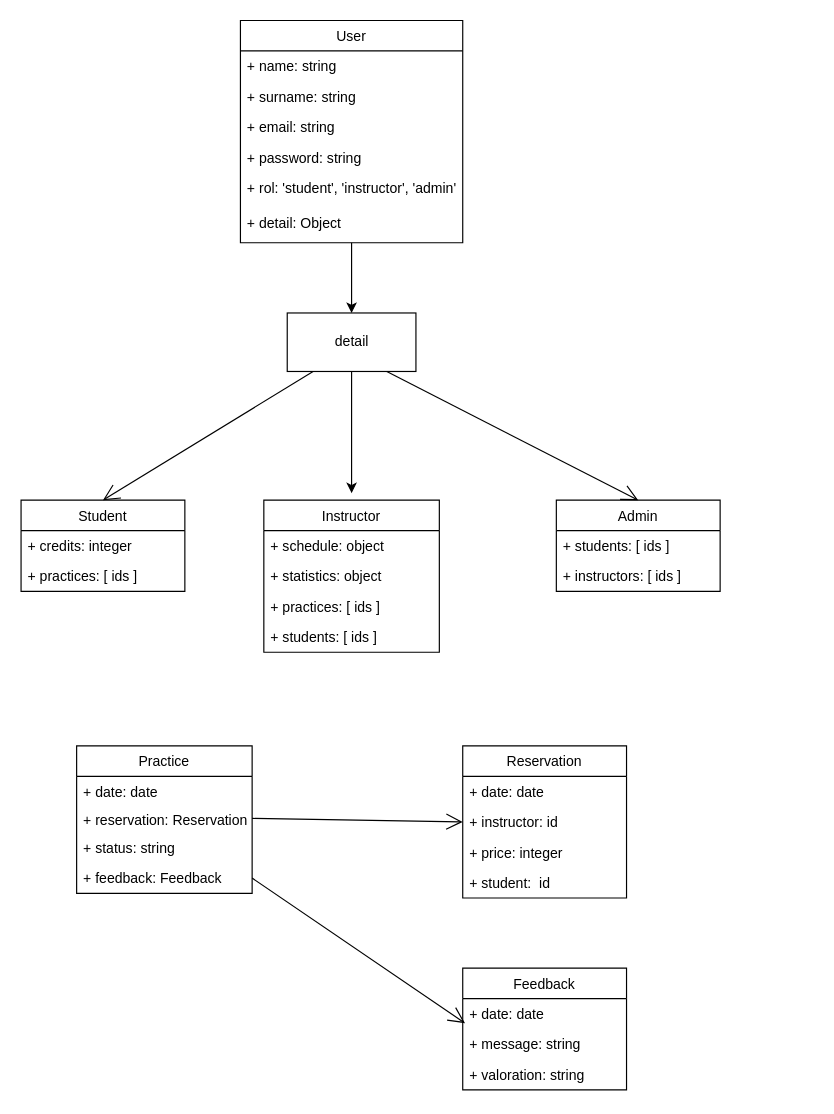
Before: staff/diana-moreno/wheely/wheely-doc/uml-projects/data-model.drawio in diana-moreno/skylab-bootcamp-201909, a draw.io diagram. Source tidied: cells renumbered, new cells numbered last; positions are measured from the earlier drawing's top-left corner, leaving out a move shared by most shapes. Both pictures are drawn from the tidied source at 117%, with x=0, y=0 at pixel (20, 20).
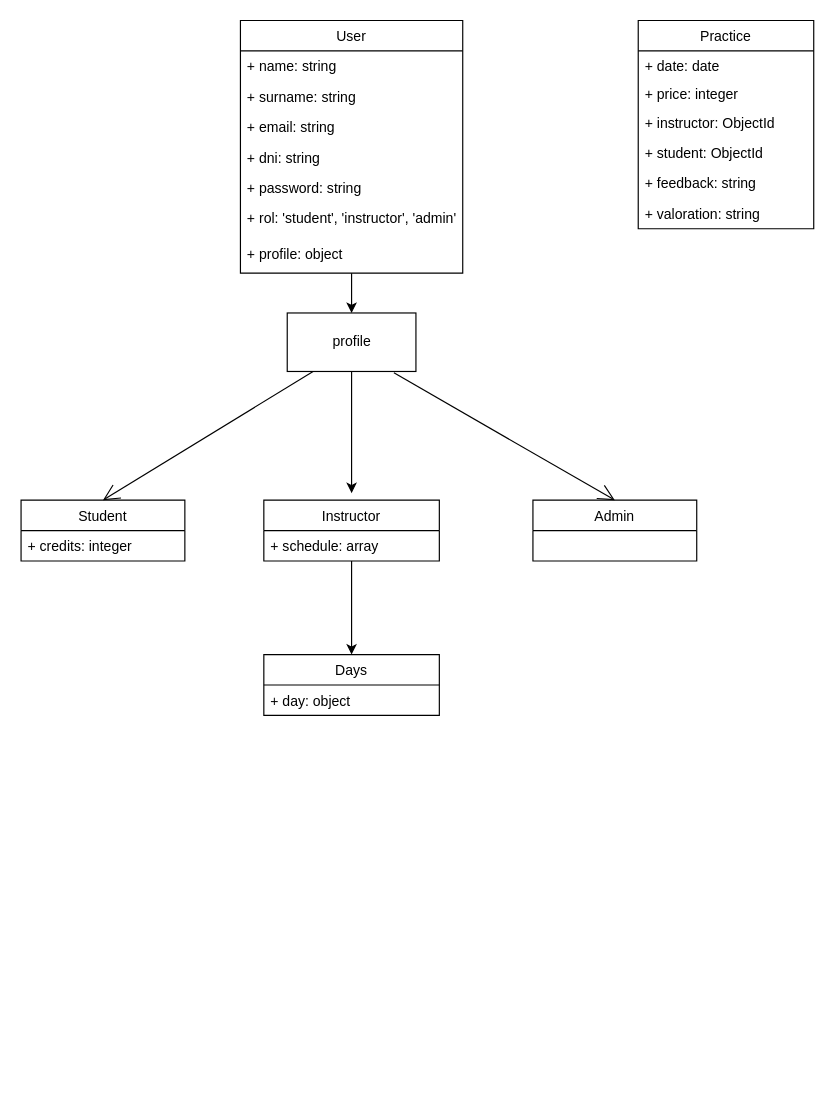
After the change.

The change refers to these unchanged cells:
```xml
<mxCell id="6" value="+ email: string" style="text;strokeColor=none;fillColor=none;align=left;verticalAlign=top;spacingLeft=4;spacingRight=4;overflow=hidden;points=[[0,0.5],[1,0.5]];portConstraint=eastwest;" parent="3" vertex="1">
  <mxGeometry y="78" width="190" height="26" as="geometry" />
</mxCell>
```

Diff of the diagram source:
```diff
@@
     <mxCell id="3" value="User" style="swimlane;fontStyle=0;horizontal=1;startSize=26;fillColor=none;" parent="1" vertex="1">
-      <mxGeometry x="188" width="190" height="190" as="geometry" />
+      <mxGeometry x="188" width="190" height="216" as="geometry" />
     </mxCell>
@@
+    <mxCell id="42" value="+ dni: string&#10;" style="text;strokeColor=none;fillColor=none;align=left;verticalAlign=top;spacingLeft=4;spacingRight=4;overflow=hidden;" parent="3" vertex="1">
+      <mxGeometry y="104" width="190" height="26" as="geometry" />
+    </mxCell>
     <mxCell id="7" value="+ password: string" style="text;strokeColor=none;fillColor=none;align=left;verticalAlign=top;spacingLeft=4;spacingRight=4;overflow=hidden;" parent="3" vertex="1">
-      <mxGeometry y="104" width="190" height="26" as="geometry" />
+      <mxGeometry y="130" width="190" height="26" as="geometry" />
     </mxCell>
     <mxCell id="8" value="+ rol: 'student', 'instructor', 'admin' " style="text;strokeColor=none;fillColor=none;align=left;verticalAlign=top;spacingLeft=4;spacingRight=4;overflow=hidden;" parent="3" vertex="1">
-      <mxGeometry y="130" width="190" height="30" as="geometry" />
+      <mxGeometry y="156" width="190" height="30" as="geometry" />
     </mxCell>
-    <mxCell id="9" value="+ detail: Object" style="text;strokeColor=none;fillColor=none;align=left;verticalAlign=top;spacingLeft=4;spacingRight=4;overflow=hidden;" parent="3" vertex="1">
-      <mxGeometry y="160" width="190" height="30" as="geometry" />
+    <mxCell id="9" value="+ profile: object" style="text;strokeColor=none;fillColor=none;align=left;verticalAlign=top;spacingLeft=4;spacingRight=4;overflow=hidden;" parent="3" vertex="1">
+      <mxGeometry y="186" width="190" height="30" as="geometry" />
     </mxCell>
-    <mxCell id="10" style="edgeStyle=orthogonalEdgeStyle;rounded=0;orthogonalLoop=1;jettySize=auto;html=1;exitX=1;exitY=0.5;exitDx=0;exitDy=0;" parent="3" edge="1" source="6" target="6">
-      <mxGeometry relative="1" as="geometry" />
-    </mxCell>
     <mxCell id="11" value="Student" style="swimlane;fontStyle=0;horizontal=1;startSize=26;fillColor=none;" parent="1" vertex="1">
-      <mxGeometry x="0.5" y="410" width="140" height="78" as="geometry" />
+      <mxGeometry x="0.5" y="410" width="140" height="52" as="geometry" />
     </mxCell>
@@
-    <mxCell id="13" value="+ practices: [ ids ]" style="text;strokeColor=none;fillColor=none;align=left;verticalAlign=top;spacingLeft=4;spacingRight=4;overflow=hidden;" parent="11" vertex="1">
-      <mxGeometry y="52" width="140" height="26" as="geometry" />
-    </mxCell>
+    <mxCell id="43" style="edgeStyle=orthogonalEdgeStyle;rounded=0;jettySize=auto;html=1;" parent="1" edge="1" source="14" target="44">
+      <mxGeometry relative="1" as="geometry" />
+    </mxCell>
     <mxCell id="14" value="Instructor" style="swimlane;fontStyle=0;horizontal=1;startSize=26;fillColor=none;" parent="1" vertex="1">
-      <mxGeometry x="208" y="410" width="150" height="130" as="geometry" />
+      <mxGeometry x="208" y="410" width="150" height="52" as="geometry" />
     </mxCell>
-    <mxCell id="15" value="+ schedule: object" style="text;strokeColor=none;fillColor=none;align=left;verticalAlign=top;spacingLeft=4;spacingRight=4;overflow=hidden;" parent="14" vertex="1">
+    <mxCell id="15" value="+ schedule: array" style="text;strokeColor=none;fillColor=none;align=left;verticalAlign=top;spacingLeft=4;spacingRight=4;overflow=hidden;" parent="14" vertex="1">
       <mxGeometry y="26" width="150" height="26" as="geometry" />
     </mxCell>
-    <mxCell id="16" value="+ statistics: object" style="text;strokeColor=none;fillColor=none;align=left;verticalAlign=top;spacingLeft=4;spacingRight=4;overflow=hidden;" parent="14" vertex="1">
-      <mxGeometry y="52" width="150" height="26" as="geometry" />
-    </mxCell>
-    <mxCell id="17" value="+ practices: [ ids ]" style="text;strokeColor=none;fillColor=none;align=left;verticalAlign=top;spacingLeft=4;spacingRight=4;overflow=hidden;" parent="14" vertex="1">
-      <mxGeometry y="78" width="150" height="26" as="geometry" />
-    </mxCell>
-    <mxCell id="18" value="+ students: [ ids ]" style="text;strokeColor=none;fillColor=none;align=left;verticalAlign=top;spacingLeft=4;spacingRight=4;overflow=hidden;" parent="14" vertex="1">
-      <mxGeometry y="104" width="150" height="26" as="geometry" />
-    </mxCell>
+    <mxCell id="44" value="Days" style="swimlane;fontStyle=0;horizontal=1;startSize=26;fillColor=none;" parent="1" vertex="1">
+      <mxGeometry x="208" y="542" width="150" height="52" as="geometry" />
+    </mxCell>
+    <mxCell id="45" value="+ day: object" style="text;strokeColor=none;fillColor=none;align=left;verticalAlign=top;spacingLeft=4;spacingRight=4;overflow=hidden;" parent="44" vertex="1">
+      <mxGeometry y="26" width="150" height="26" as="geometry" />
+    </mxCell>
     <mxCell id="19" value="Admin" style="swimlane;fontStyle=0;horizontal=1;startSize=26;fillColor=none;" parent="1" vertex="1">
-      <mxGeometry x="458" y="410" width="140" height="78" as="geometry" />
+      <mxGeometry x="438" y="410" width="140" height="52" as="geometry" />
     </mxCell>
-    <mxCell id="20" value="+ students: [ ids ]" style="text;strokeColor=none;fillColor=none;align=left;verticalAlign=top;spacingLeft=4;spacingRight=4;overflow=hidden;" parent="19" vertex="1">
-      <mxGeometry y="26" width="140" height="26" as="geometry" />
-    </mxCell>
-    <mxCell id="21" value="+ instructors: [ ids ]" style="text;strokeColor=none;fillColor=none;align=left;verticalAlign=top;spacingLeft=4;spacingRight=4;overflow=hidden;" parent="19" vertex="1">
-      <mxGeometry y="52" width="140" height="26" as="geometry" />
-    </mxCell>
     <mxCell id="22" value="Practice" style="swimlane;fontStyle=0;horizontal=1;startSize=26;fillColor=none;" parent="1" vertex="1">
-      <mxGeometry x="48" y="620" width="150" height="126" as="geometry" />
+      <mxGeometry x="528" width="150" height="178" as="geometry" />
     </mxCell>
@@
-    <mxCell id="24" value="+ reservation: Reservation" style="text;strokeColor=none;fillColor=none;align=left;verticalAlign=top;spacingLeft=4;spacingRight=4;overflow=hidden;points=[[0,0.5],[1,0.5]];portConstraint=eastwest;" parent="22" vertex="1">
+    <mxCell id="24" value="+ price: integer" style="text;strokeColor=none;fillColor=none;align=left;verticalAlign=top;spacingLeft=4;spacingRight=4;overflow=hidden;points=[[0,0.5],[1,0.5]];portConstraint=eastwest;" parent="22" vertex="1">
       <mxGeometry y="50" width="150" height="24" as="geometry" />
     </mxCell>
-    <mxCell id="25" value="+ status: string" style="text;strokeColor=none;fillColor=none;align=left;verticalAlign=top;spacingLeft=4;spacingRight=4;overflow=hidden;" parent="22" vertex="1">
+    <mxCell id="25" value="+ instructor: ObjectId" style="text;strokeColor=none;fillColor=none;align=left;verticalAlign=top;spacingLeft=4;spacingRight=4;overflow=hidden;" parent="22" vertex="1">
       <mxGeometry y="74" width="150" height="26" as="geometry" />
     </mxCell>
-    <mxCell id="26" value="+ feedback: Feedback" style="text;strokeColor=none;fillColor=none;align=left;verticalAlign=top;spacingLeft=4;spacingRight=4;overflow=hidden;points=[[0,0.5],[1,0.5]];portConstraint=eastwest;" parent="22" vertex="1">
+    <mxCell id="26" value="+ student: ObjectId" style="text;strokeColor=none;fillColor=none;align=left;verticalAlign=top;spacingLeft=4;spacingRight=4;overflow=hidden;points=[[0,0.5],[1,0.5]];portConstraint=eastwest;" parent="22" vertex="1">
       <mxGeometry y="100" width="150" height="26" as="geometry" />
     </mxCell>
-    <mxCell id="27" value="Reservation" style="swimlane;fontStyle=0;horizontal=1;startSize=26;fillColor=none;" parent="1" vertex="1">
-      <mxGeometry x="378" y="620" width="140" height="130" as="geometry" />
-    </mxCell>
-    <mxCell id="28" value="+ date: date" style="text;strokeColor=none;fillColor=none;align=left;verticalAlign=top;spacingLeft=4;spacingRight=4;overflow=hidden;" parent="27" vertex="1">
-      <mxGeometry y="26" width="140" height="26" as="geometry" />
-    </mxCell>
-    <mxCell id="29" value="+ instructor: id" style="text;strokeColor=none;fillColor=none;align=left;verticalAlign=top;spacingLeft=4;spacingRight=4;overflow=hidden;points=[[0,0.5],[1,0.5]];portConstraint=eastwest;" parent="27" vertex="1">
-      <mxGeometry y="52" width="140" height="26" as="geometry" />
-    </mxCell>
-    <mxCell id="30" value="+ price: integer" style="text;strokeColor=none;fillColor=none;align=left;verticalAlign=top;spacingLeft=4;spacingRight=4;overflow=hidden;" parent="27" vertex="1">
-      <mxGeometry y="78" width="140" height="26" as="geometry" />
-    </mxCell>
-    <mxCell id="31" value="+ student:  id" style="text;strokeColor=none;fillColor=none;align=left;verticalAlign=top;spacingLeft=4;spacingRight=4;overflow=hidden;" parent="27" vertex="1">
-      <mxGeometry y="104" width="140" height="26" as="geometry" />
-    </mxCell>
-    <mxCell id="32" value="Feedback" style="swimlane;fontStyle=0;horizontal=1;startSize=26;fillColor=none;" parent="1" vertex="1">
-      <mxGeometry x="378" y="810" width="140" height="104" as="geometry" />
-    </mxCell>
-    <mxCell id="33" value="+ date: date" style="text;strokeColor=none;fillColor=none;align=left;verticalAlign=top;spacingLeft=4;spacingRight=4;overflow=hidden;points=[[0,0.5],[1,0.5]];portConstraint=eastwest;" parent="32" vertex="1">
-      <mxGeometry y="26" width="140" height="26" as="geometry" />
-    </mxCell>
-    <mxCell id="34" value="+ message: string" style="text;strokeColor=none;fillColor=none;align=left;verticalAlign=top;spacingLeft=4;spacingRight=4;overflow=hidden;" parent="32" vertex="1">
-      <mxGeometry y="52" width="140" height="26" as="geometry" />
-    </mxCell>
+    <mxCell id="46" value="+ feedback: string" style="text;strokeColor=none;fillColor=none;align=left;verticalAlign=top;spacingLeft=4;spacingRight=4;overflow=hidden;" parent="22" vertex="1">
+      <mxGeometry y="126" width="150" height="26" as="geometry" />
+    </mxCell>
-    <mxCell id="35" value="+ valoration: string" style="text;strokeColor=none;fillColor=none;align=left;verticalAlign=top;spacingLeft=4;spacingRight=4;overflow=hidden;" parent="32" vertex="1">
-      <mxGeometry y="78" width="140" height="26" as="geometry" />
+    <mxCell id="35" value="+ valoration: string" style="text;strokeColor=none;fillColor=none;align=left;verticalAlign=top;spacingLeft=4;spacingRight=4;overflow=hidden;" parent="22" vertex="1">
+      <mxGeometry y="152" width="150" height="26" as="geometry" />
     </mxCell>
@@
-    <mxCell id="37" style="endArrow=open;endFill=1;endSize=12;html=1;exitX=1;exitY=0.5;exitDx=0;exitDy=0;entryX=0;entryY=0.5;entryDx=0;entryDy=0;" parent="1" edge="1" source="24" target="29">
-      <mxGeometry relative="1" as="geometry" />
-    </mxCell>
-    <mxCell id="38" style="endArrow=open;endFill=1;endSize=12;html=1;exitX=1;exitY=0.5;exitDx=0;exitDy=0;entryX=0.014;entryY=0.808;entryDx=0;entryDy=0;entryPerimeter=0;" parent="1" edge="1" source="26" target="33">
-      <mxGeometry relative="1" as="geometry" />
-    </mxCell>
-    <mxCell id="39" style="endArrow=open;endFill=1;endSize=12;html=1;entryX=0.5;entryY=0;entryDx=0;entryDy=0;exitX=0.967;exitY=1.038;exitDx=0;exitDy=0;exitPerimeter=0;" parent="1" edge="1" target="19">
-      <mxGeometry relative="1" as="geometry">
-        <mxPoint x="311" y="299" as="sourcePoint" />
-      </mxGeometry>
-    </mxCell>
@@
-    <mxCell id="41" value="detail" style="html=1;" parent="1" vertex="1">
+    <mxCell id="41" value="profile" style="html=1;" parent="1" vertex="1">
       <mxGeometry x="228" y="250" width="110" height="50" as="geometry" />
     </mxCell>
+    <mxCell id="47" style="endArrow=open;endFill=1;endSize=12;html=1;exitX=0.829;exitY=1.023;exitDx=0;exitDy=0;exitPerimeter=0;entryX=0.5;entryY=0;entryDx=0;entryDy=0;" parent="1" edge="1" source="41" target="19">
+      <mxGeometry relative="1" as="geometry" />
+    </mxCell>
```
